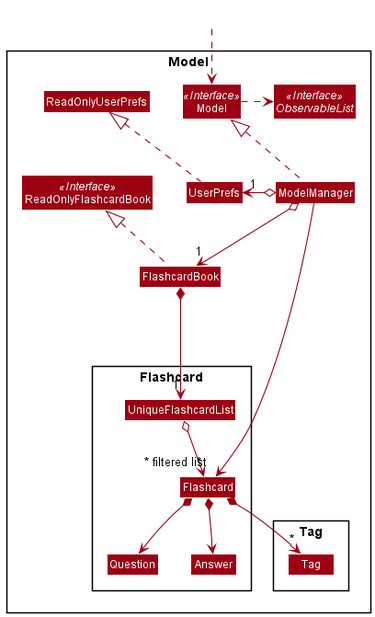
nus-cs2103-AY2021S2/tp keeps this PlantUML diagram as docs/images/ModelClassDiagram.png. Above is the earlier version.
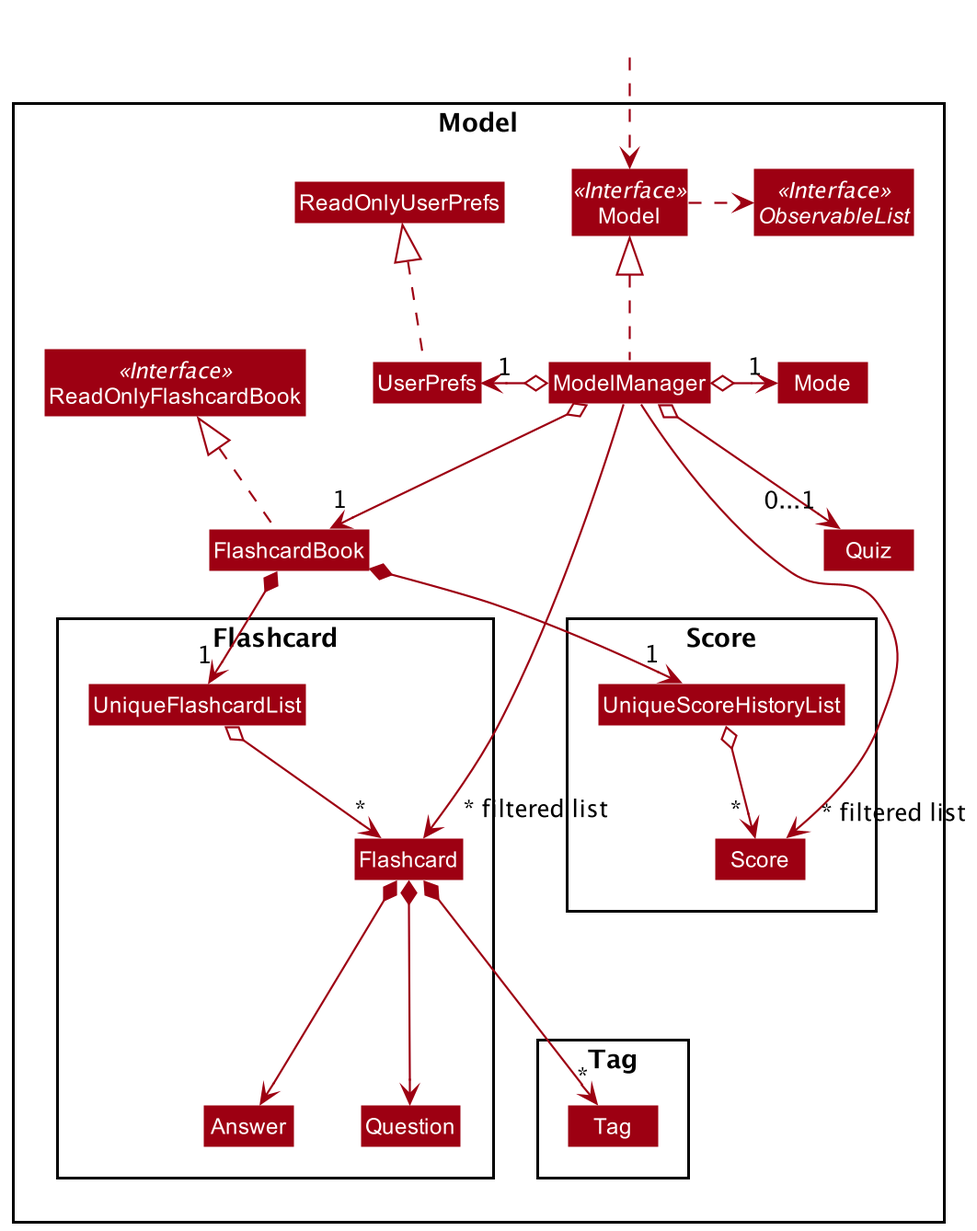
Above is the later version.

Change to the diagram source:
```diff
@@ -14,20 +14,27 @@
 Class ModelManager
 Class UserPrefs
 Class ReadOnlyUserPrefs
+Class Quiz
+Class Mode
 
 Package Flashcard {
 Class Flashcard
 Class Question
 Class Answer
 Class UniqueFlashcardList
+Class Helper #FFFF
 }
+
 
 Package Tag {
 Class Tag
 }
+
+Package Score {
+Class Score
+Class UniqueScoreHistoryList
 }
-
-
+}
 
 Class HiddenOutside #FFFFFF
 HiddenOutside ..> Model
@@ -36,17 +43,24 @@
 
 ModelManager .up.|> Model
 Model .right.> ObservableList
-ModelManager o--> "1" FlashcardBook
+ModelManager o--down> "1" FlashcardBook
+ModelManager o--> "0...1" Quiz
+ModelManager o-right-> "1" Mode
 ModelManager o-left-> "1" UserPrefs
 UserPrefs .up.|> ReadOnlyUserPrefs
 
 FlashcardBook *--> "1" UniqueFlashcardList
 UniqueFlashcardList o--> "*" Flashcard
-Flashcard *--> Question
-Flashcard *--> Answer
-Flashcard *--> "*" Tag
+Flashcard *---> Question
+Flashcard *---> Answer
+Flashcard *--down-> "*" Tag
 
-Question -[hidden]right-> Answer
+FlashcardBook *--> "1" UniqueScoreHistoryList
+UniqueScoreHistoryList o--> "      *" Score
 
-ModelManager ----->" ~* filtered list" Flashcard
+ModelManager ---left--> "~* filtered list" Flashcard
+ModelManager ---left--> "~* filtered list" Score
+
+UniqueFlashcardList -[hidden]right-> Helper
+
 @enduml
```
